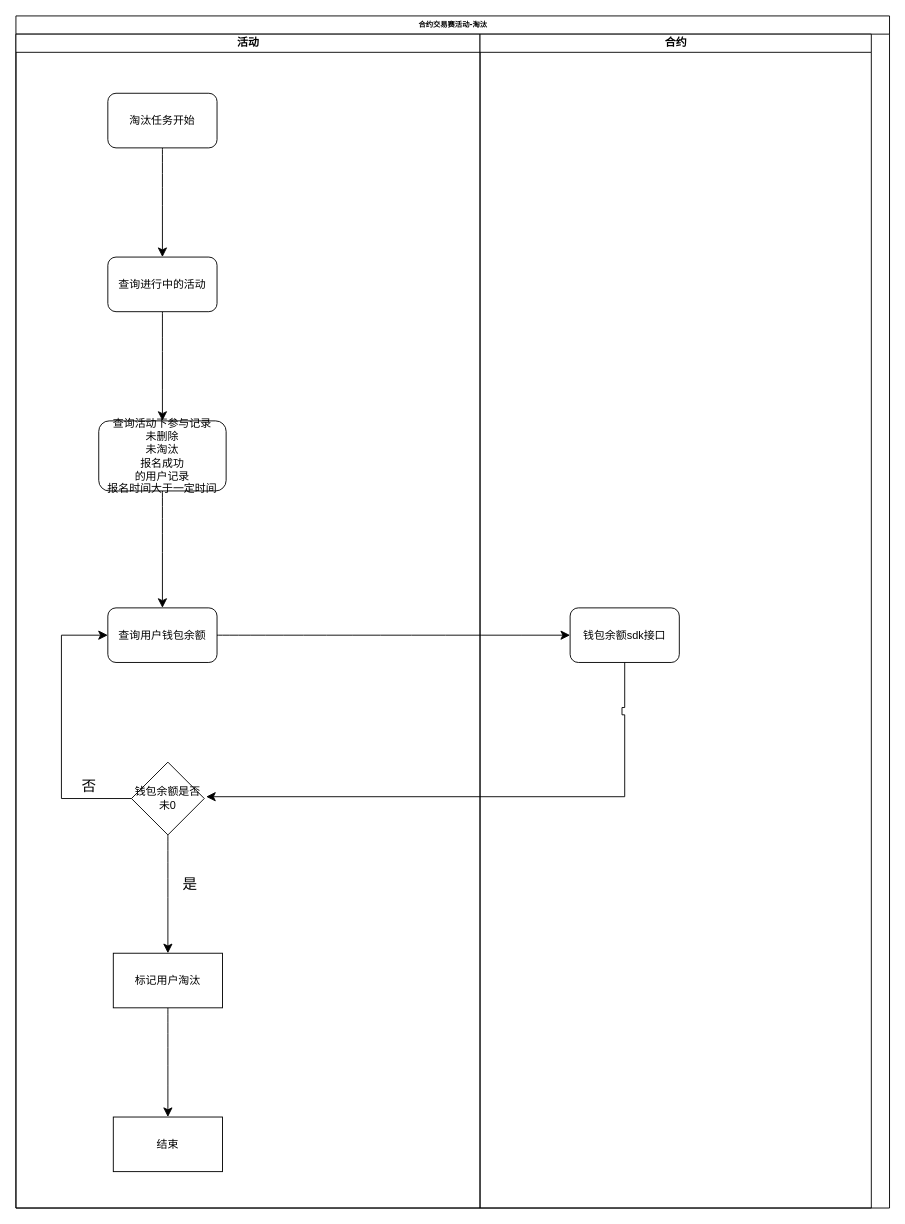
This is 合约交易赛-淘汰.drawio from xu-xiwei/drawio, a draw.io file, before an edit. Source tidied: cells renumbered, new cells numbered last; positions are measured from the earlier drawing's top-left corner, leaving out a move shared by most shapes. Both pictures are drawn from the tidied source at 91%, with x=0, y=0 at pixel (15, 15).
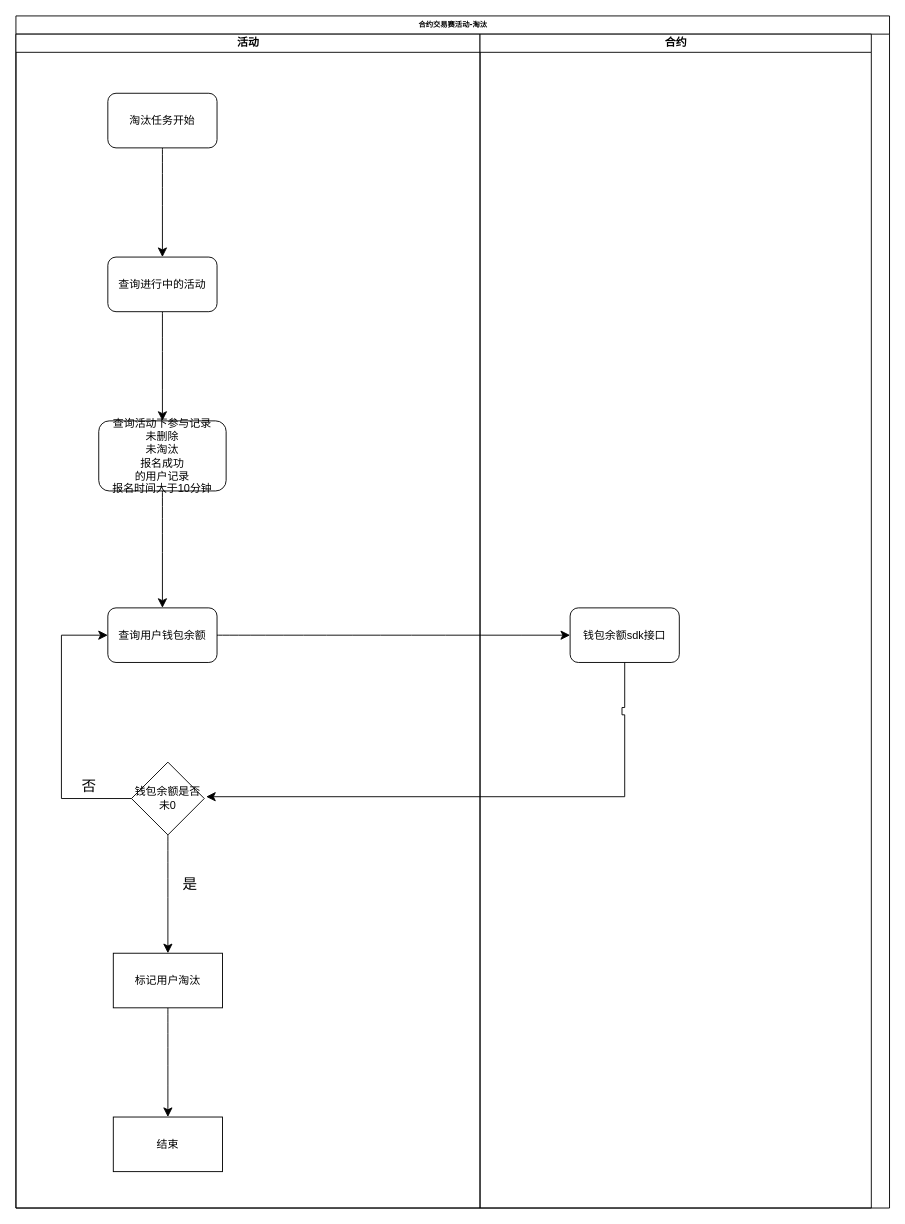
The same diagram, later.

Commit message (it also covers changes not shown here):
更新合约交易赛-淘汰.drawio

The change refers to these unchanged cells:
```xml
<mxCell id="3" value="活动" style="swimlane;html=1;startSize=20;" parent="2" vertex="1">
  <mxGeometry y="20" width="510" height="1290" as="geometry" />
</mxCell>
```

What changed in the source:
```diff
@@
-    <mxCell id="9" value="查询活动下参与记录&lt;div&gt;未删除&lt;/div&gt;&lt;div&gt;未淘汰&lt;/div&gt;&lt;div&gt;报名成功&lt;/div&gt;&lt;div&gt;的用户记录&lt;/div&gt;&lt;div&gt;报名时间大于一定时间&lt;/div&gt;" style="whiteSpace=wrap;html=1;rounded=1;" parent="3" vertex="1">
+    <mxCell id="9" value="查询活动下参与记录&lt;div&gt;未删除&lt;/div&gt;&lt;div&gt;未淘汰&lt;/div&gt;&lt;div&gt;报名成功&lt;/div&gt;&lt;div&gt;的用户记录&lt;/div&gt;&lt;div&gt;报名时间大于10分钟&lt;/div&gt;" style="whiteSpace=wrap;html=1;rounded=1;" parent="3" vertex="1">
       <mxGeometry x="91" y="425" width="140" height="77" as="geometry" />
     </mxCell>
```
